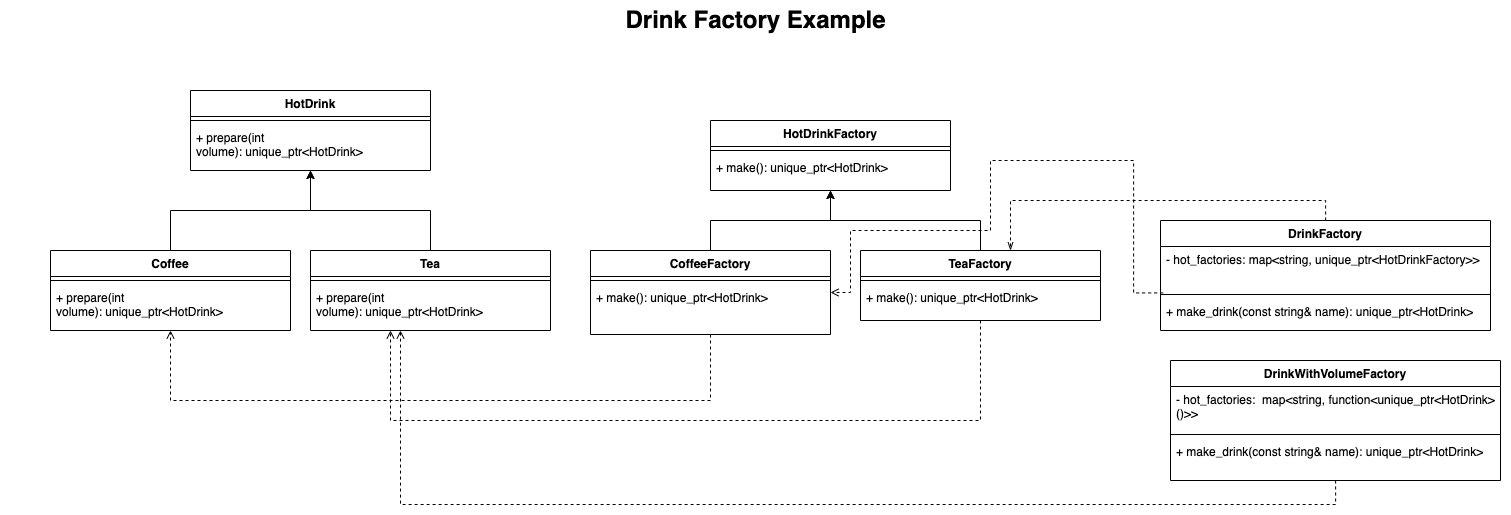
This is docs/images/factory_example.png from kuangyu0801/design-pattern-cpp, a draw.io export, as it was before one commit. Source tidied: cells renumbered, new cells last; positions are measured from the earlier drawing's top-left corner, leaving out a move shared by most shapes.
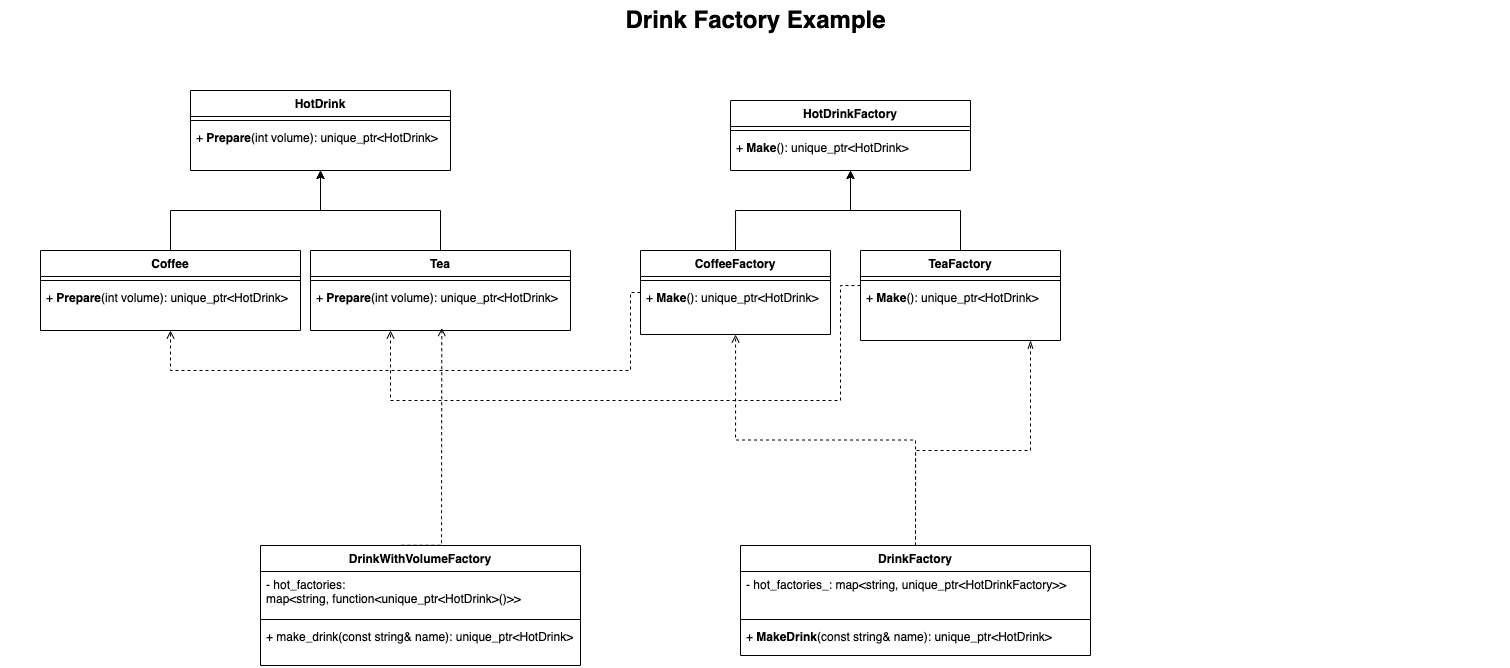
The same diagram one commit later.

The edit, as a diff of the source:
```diff
@@ -3,73 +3,73 @@
     <mxCell id="0" />
     <mxCell id="1" parent="0" />
     <mxCell id="2" value="HotDrinkFactory" style="swimlane;fontStyle=1;align=center;verticalAlign=top;horizontal=1;startSize=26;whiteSpace=wrap;html=1;" parent="1" vertex="1">
-      <mxGeometry x="710" y="120" width="240" height="70" as="geometry" />
+      <mxGeometry x="730" y="100" width="240" height="70" as="geometry" />
     </mxCell>
     <mxCell id="3" style="line;strokeWidth=1;fillColor=none;align=left;verticalAlign=middle;spacingTop=-1;spacingLeft=3;spacingRight=3;labelPosition=right;strokeColor=inherit;" parent="2" vertex="1">
       <mxGeometry y="26" width="240" height="8" as="geometry" />
     </mxCell>
-    <mxCell id="4" value="+ make():&amp;nbsp;unique_ptr&amp;lt;HotDrink&amp;gt;&amp;nbsp;" style="text;strokeColor=none;fillColor=none;align=left;verticalAlign=top;spacingLeft=4;spacingRight=4;overflow=hidden;whiteSpace=wrap;html=1;" parent="2" vertex="1">
+    <mxCell id="4" value="+ &lt;b&gt;Make&lt;/b&gt;():&amp;nbsp;unique_ptr&amp;lt;HotDrink&amp;gt;&amp;nbsp;" style="text;strokeColor=none;fillColor=none;align=left;verticalAlign=top;spacingLeft=4;spacingRight=4;overflow=hidden;whiteSpace=wrap;html=1;" parent="2" vertex="1">
       <mxGeometry y="34" width="240" height="36" as="geometry" />
     </mxCell>
     <mxCell id="5" value="Drink Factory Example" style="text;strokeColor=none;fillColor=none;html=1;fontSize=24;fontStyle=1;verticalAlign=middle;align=center;" parent="1" vertex="1">
       <mxGeometry width="1510" height="40" as="geometry" />
     </mxCell>
     <mxCell id="6" value="DrinkFactory" style="swimlane;fontStyle=1;align=center;verticalAlign=top;horizontal=1;startSize=26;whiteSpace=wrap;html=1;" parent="1" vertex="1">
-      <mxGeometry x="1160" y="220" width="330" height="110" as="geometry" />
+      <mxGeometry x="740" y="545" width="350" height="110" as="geometry" />
     </mxCell>
-    <mxCell id="7" value="- hot_factories: map&amp;lt;string, unique_ptr&amp;lt;HotDrinkFactory&amp;gt;&amp;gt;&amp;nbsp;" style="text;strokeColor=none;fillColor=none;align=left;verticalAlign=top;spacingLeft=4;spacingRight=4;overflow=hidden;points=[[0,0.5],[1,0.5]];portConstraint=eastwest;whiteSpace=wrap;html=1;" parent="6" vertex="1">
-      <mxGeometry y="26" width="330" height="44" as="geometry" />
+    <mxCell id="7" value="- hot_factories_: map&amp;lt;string, unique_ptr&amp;lt;HotDrinkFactory&amp;gt;&amp;gt;&amp;nbsp;" style="text;strokeColor=none;fillColor=none;align=left;verticalAlign=top;spacingLeft=4;spacingRight=4;overflow=hidden;points=[[0,0.5],[1,0.5]];portConstraint=eastwest;whiteSpace=wrap;html=1;" parent="6" vertex="1">
+      <mxGeometry y="26" width="350" height="44" as="geometry" />
     </mxCell>
     <mxCell id="8" style="line;strokeWidth=1;fillColor=none;align=left;verticalAlign=middle;spacingTop=-1;spacingLeft=3;spacingRight=3;labelPosition=right;strokeColor=inherit;" parent="6" vertex="1">
-      <mxGeometry y="70" width="330" height="8" as="geometry" />
+      <mxGeometry y="70" width="350" height="8" as="geometry" />
     </mxCell>
-    <mxCell id="9" value="+ make_drink(const string&amp;amp; name):&amp;nbsp;unique_ptr&amp;lt;HotDrink&amp;gt;" style="text;strokeColor=none;fillColor=none;align=left;verticalAlign=top;spacingLeft=4;spacingRight=4;overflow=hidden;whiteSpace=wrap;html=1;" parent="6" vertex="1">
-      <mxGeometry y="78" width="330" height="32" as="geometry" />
+    <mxCell id="9" value="+ &lt;b&gt;MakeDrink&lt;/b&gt;(const string&amp;amp; name):&amp;nbsp;unique_ptr&amp;lt;HotDrink&amp;gt;" style="text;strokeColor=none;fillColor=none;align=left;verticalAlign=top;spacingLeft=4;spacingRight=4;overflow=hidden;whiteSpace=wrap;html=1;" parent="6" vertex="1">
+      <mxGeometry y="78" width="350" height="32" as="geometry" />
     </mxCell>
     <mxCell id="10" value="DrinkWithVolumeFactory" style="swimlane;fontStyle=1;align=center;verticalAlign=top;horizontal=1;startSize=26;whiteSpace=wrap;html=1;" parent="1" vertex="1">
-      <mxGeometry x="1170" y="360" width="330" height="120" as="geometry" />
+      <mxGeometry x="260" y="545" width="320" height="120" as="geometry" />
     </mxCell>
-    <mxCell id="11" value="- hot_factories: &amp;nbsp;map&amp;lt;string, function&amp;lt;unique_ptr&amp;lt;HotDrink&amp;gt;()&amp;gt;&amp;gt;&amp;nbsp;" style="text;strokeColor=none;fillColor=none;align=left;verticalAlign=top;spacingLeft=4;spacingRight=4;overflow=hidden;whiteSpace=wrap;html=1;" parent="10" vertex="1">
-      <mxGeometry y="26" width="330" height="44" as="geometry" />
+    <mxCell id="11" value="- hot_factories: &amp;nbsp;&lt;br&gt;map&amp;lt;string, function&amp;lt;unique_ptr&amp;lt;HotDrink&amp;gt;()&amp;gt;&amp;gt;&amp;nbsp;" style="text;strokeColor=none;fillColor=none;align=left;verticalAlign=top;spacingLeft=4;spacingRight=4;overflow=hidden;whiteSpace=wrap;html=1;" parent="10" vertex="1">
+      <mxGeometry y="26" width="320" height="44" as="geometry" />
     </mxCell>
     <mxCell id="12" style="line;strokeWidth=1;fillColor=none;align=left;verticalAlign=middle;spacingTop=-1;spacingLeft=3;spacingRight=3;labelPosition=right;strokeColor=inherit;" parent="10" vertex="1">
-      <mxGeometry y="70" width="330" height="8" as="geometry" />
+      <mxGeometry y="70" width="320" height="8" as="geometry" />
     </mxCell>
     <mxCell id="13" value="+ make_drink(const string&amp;amp; name):&amp;nbsp;unique_ptr&amp;lt;HotDrink&amp;gt;" style="text;strokeColor=none;fillColor=none;align=left;verticalAlign=top;spacingLeft=4;spacingRight=4;overflow=hidden;whiteSpace=wrap;html=1;" parent="10" vertex="1">
-      <mxGeometry y="78" width="330" height="42" as="geometry" />
+      <mxGeometry y="78" width="320" height="42" as="geometry" />
     </mxCell>
     <mxCell id="14" value="HotDrink" style="swimlane;fontStyle=1;align=center;verticalAlign=top;horizontal=1;startSize=26;whiteSpace=wrap;html=1;" parent="1" vertex="1">
-      <mxGeometry x="190" y="90" width="240" height="80" as="geometry" />
+      <mxGeometry x="190" y="90" width="260" height="80" as="geometry" />
     </mxCell>
     <mxCell id="15" style="line;strokeWidth=1;fillColor=none;align=left;verticalAlign=middle;spacingTop=-1;spacingLeft=3;spacingRight=3;labelPosition=right;strokeColor=inherit;" parent="14" vertex="1">
-      <mxGeometry y="26" width="240" height="8" as="geometry" />
+      <mxGeometry y="26" width="260" height="8" as="geometry" />
     </mxCell>
-    <mxCell id="16" value="+ prepare(int volume):&amp;nbsp;unique_ptr&amp;lt;HotDrink&amp;gt;&amp;nbsp;" style="text;strokeColor=none;fillColor=none;align=left;verticalAlign=top;spacingLeft=4;spacingRight=4;overflow=hidden;whiteSpace=wrap;html=1;" parent="14" vertex="1">
-      <mxGeometry y="34" width="240" height="46" as="geometry" />
+    <mxCell id="16" value="+ &lt;b&gt;Prepare&lt;/b&gt;(int volume):&amp;nbsp;unique_ptr&amp;lt;HotDrink&amp;gt;&amp;nbsp;" style="text;strokeColor=none;fillColor=none;align=left;verticalAlign=top;spacingLeft=4;spacingRight=4;overflow=hidden;whiteSpace=wrap;html=1;" parent="14" vertex="1">
+      <mxGeometry y="34" width="260" height="46" as="geometry" />
     </mxCell>
     <mxCell id="17" style="edgeStyle=orthogonalEdgeStyle;rounded=0;jettySize=auto;html=1;" parent="1" edge="1" source="18" target="14">
       <mxGeometry relative="1" as="geometry" />
     </mxCell>
     <mxCell id="18" value="Coffee" style="swimlane;fontStyle=1;align=center;verticalAlign=top;horizontal=1;startSize=26;whiteSpace=wrap;html=1;" parent="1" vertex="1">
-      <mxGeometry x="50" y="250" width="240" height="80" as="geometry" />
+      <mxGeometry x="40" y="250" width="260" height="80" as="geometry" />
     </mxCell>
     <mxCell id="19" style="line;strokeWidth=1;fillColor=none;align=left;verticalAlign=middle;spacingTop=-1;spacingLeft=3;spacingRight=3;labelPosition=right;strokeColor=inherit;" parent="18" vertex="1">
-      <mxGeometry y="26" width="240" height="8" as="geometry" />
+      <mxGeometry y="26" width="260" height="8" as="geometry" />
     </mxCell>
-    <mxCell id="20" value="+ prepare(int volume):&amp;nbsp;unique_ptr&amp;lt;HotDrink&amp;gt;&amp;nbsp;" style="text;strokeColor=none;fillColor=none;align=left;verticalAlign=top;spacingLeft=4;spacingRight=4;overflow=hidden;whiteSpace=wrap;html=1;" parent="18" vertex="1">
-      <mxGeometry y="34" width="240" height="46" as="geometry" />
+    <mxCell id="20" value="+ &lt;b&gt;Prepare&lt;/b&gt;(int volume):&amp;nbsp;unique_ptr&amp;lt;HotDrink&amp;gt;&amp;nbsp;" style="text;strokeColor=none;fillColor=none;align=left;verticalAlign=top;spacingLeft=4;spacingRight=4;overflow=hidden;whiteSpace=wrap;html=1;" parent="18" vertex="1">
+      <mxGeometry y="34" width="260" height="46" as="geometry" />
     </mxCell>
     <mxCell id="21" style="edgeStyle=orthogonalEdgeStyle;rounded=0;jettySize=auto;html=1;" parent="1" edge="1" source="22" target="14">
       <mxGeometry relative="1" as="geometry" />
     </mxCell>
     <mxCell id="22" value="Tea" style="swimlane;fontStyle=1;align=center;verticalAlign=top;horizontal=1;startSize=26;whiteSpace=wrap;html=1;" parent="1" vertex="1">
-      <mxGeometry x="310" y="250" width="240" height="80" as="geometry" />
+      <mxGeometry x="310" y="250" width="260" height="80" as="geometry" />
     </mxCell>
     <mxCell id="23" style="line;strokeWidth=1;fillColor=none;align=left;verticalAlign=middle;spacingTop=-1;spacingLeft=3;spacingRight=3;labelPosition=right;strokeColor=inherit;" parent="22" vertex="1">
-      <mxGeometry y="26" width="240" height="8" as="geometry" />
+      <mxGeometry y="26" width="260" height="8" as="geometry" />
     </mxCell>
-    <mxCell id="24" value="+ prepare(int volume):&amp;nbsp;unique_ptr&amp;lt;HotDrink&amp;gt;&amp;nbsp;" style="text;strokeColor=none;fillColor=none;align=left;verticalAlign=top;spacingLeft=4;spacingRight=4;overflow=hidden;points=[[0,0.5],[1,0.5]];portConstraint=eastwest;whiteSpace=wrap;html=1;" parent="22" vertex="1">
-      <mxGeometry y="34" width="240" height="46" as="geometry" />
+    <mxCell id="24" value="+ &lt;b&gt;Prepare&lt;/b&gt;(int volume):&amp;nbsp;unique_ptr&amp;lt;HotDrink&amp;gt;&amp;nbsp;" style="text;strokeColor=none;fillColor=none;align=left;verticalAlign=top;spacingLeft=4;spacingRight=4;overflow=hidden;points=[[0,0.5],[1,0.5]];portConstraint=eastwest;whiteSpace=wrap;html=1;" parent="22" vertex="1">
+      <mxGeometry y="34" width="260" height="46" as="geometry" />
     </mxCell>
     <mxCell id="25" style="edgeStyle=orthogonalEdgeStyle;rounded=0;jettySize=auto;html=1;exitX=0.5;exitY=0;exitDx=0;exitDy=0;" parent="1" edge="1" source="27" target="2">
       <mxGeometry relative="1" as="geometry" />
@@ -77,19 +77,20 @@
     <mxCell id="26" style="edgeStyle=orthogonalEdgeStyle;rounded=0;jettySize=auto;html=1;endArrow=open;endFill=0;dashed=1;" parent="1" edge="1" source="27" target="22">
       <mxGeometry relative="1" as="geometry">
         <Array as="points">
-          <mxPoint x="980" y="420" />
-          <mxPoint x="390" y="420" />
+          <mxPoint x="840" y="285" />
+          <mxPoint x="840" y="400" />
+          <mxPoint x="390" y="400" />
         </Array>
       </mxGeometry>
     </mxCell>
     <mxCell id="27" value="TeaFactory" style="swimlane;fontStyle=1;align=center;verticalAlign=top;horizontal=1;startSize=26;whiteSpace=wrap;html=1;" parent="1" vertex="1">
-      <mxGeometry x="860" y="250" width="240" height="70" as="geometry" />
+      <mxGeometry x="860" y="250" width="200" height="90" as="geometry" />
     </mxCell>
     <mxCell id="28" style="line;strokeWidth=1;fillColor=none;align=left;verticalAlign=middle;spacingTop=-1;spacingLeft=3;spacingRight=3;labelPosition=right;strokeColor=inherit;" parent="27" vertex="1">
-      <mxGeometry y="26" width="240" height="8" as="geometry" />
+      <mxGeometry y="26" width="200" height="8" as="geometry" />
     </mxCell>
-    <mxCell id="29" value="+ make():&amp;nbsp;unique_ptr&amp;lt;HotDrink&amp;gt;&amp;nbsp;" style="text;strokeColor=none;fillColor=none;align=left;verticalAlign=top;spacingLeft=4;spacingRight=4;overflow=hidden;whiteSpace=wrap;html=1;" parent="27" vertex="1">
-      <mxGeometry y="34" width="240" height="36" as="geometry" />
+    <mxCell id="29" value="+ &lt;b&gt;Make&lt;/b&gt;():&amp;nbsp;unique_ptr&amp;lt;HotDrink&amp;gt;&amp;nbsp;" style="text;strokeColor=none;fillColor=none;align=left;verticalAlign=top;spacingLeft=4;spacingRight=4;overflow=hidden;whiteSpace=wrap;html=1;" parent="27" vertex="1">
+      <mxGeometry y="34" width="200" height="56" as="geometry" />
     </mxCell>
     <mxCell id="30" style="edgeStyle=orthogonalEdgeStyle;rounded=0;jettySize=auto;html=1;exitX=0.5;exitY=0;exitDx=0;exitDy=0;" parent="1" edge="1" source="32" target="2">
       <mxGeometry relative="1" as="geometry" />
@@ -97,42 +98,36 @@
     <mxCell id="31" style="edgeStyle=orthogonalEdgeStyle;rounded=0;jettySize=auto;html=1;endArrow=open;endFill=0;dashed=1;" parent="1" edge="1" source="32" target="18">
       <mxGeometry relative="1" as="geometry">
         <Array as="points">
-          <mxPoint x="710" y="400" />
-          <mxPoint x="170" y="400" />
+          <mxPoint x="630" y="370" />
+          <mxPoint x="170" y="370" />
         </Array>
       </mxGeometry>
     </mxCell>
     <mxCell id="32" value="CoffeeFactory" style="swimlane;fontStyle=1;align=center;verticalAlign=top;horizontal=1;startSize=26;whiteSpace=wrap;html=1;" parent="1" vertex="1">
-      <mxGeometry x="590" y="250" width="240" height="84" as="geometry" />
+      <mxGeometry x="640" y="250" width="190" height="84" as="geometry" />
     </mxCell>
     <mxCell id="33" style="line;strokeWidth=1;fillColor=none;align=left;verticalAlign=middle;spacingTop=-1;spacingLeft=3;spacingRight=3;labelPosition=right;strokeColor=inherit;" parent="32" vertex="1">
-      <mxGeometry y="26" width="240" height="8" as="geometry" />
+      <mxGeometry y="26" width="190" height="8" as="geometry" />
     </mxCell>
-    <mxCell id="34" value="+ make():&amp;nbsp;unique_ptr&amp;lt;HotDrink&amp;gt;&amp;nbsp;" style="text;strokeColor=none;fillColor=none;align=left;verticalAlign=top;spacingLeft=4;spacingRight=4;overflow=hidden;whiteSpace=wrap;html=1;" parent="32" vertex="1">
-      <mxGeometry y="34" width="240" height="50" as="geometry" />
+    <mxCell id="34" value="+ &lt;b&gt;Make&lt;/b&gt;():&amp;nbsp;unique_ptr&amp;lt;HotDrink&amp;gt;&amp;nbsp;" style="text;strokeColor=none;fillColor=none;align=left;verticalAlign=top;spacingLeft=4;spacingRight=4;overflow=hidden;whiteSpace=wrap;html=1;" parent="32" vertex="1">
+      <mxGeometry y="34" width="190" height="50" as="geometry" />
     </mxCell>
-    <mxCell id="35" style="edgeStyle=orthogonalEdgeStyle;rounded=0;jettySize=auto;html=1;endArrow=openThin;endFill=0;dashed=1;" parent="1" edge="1" source="6" target="27">
+    <mxCell id="35" style="edgeStyle=orthogonalEdgeStyle;rounded=0;jettySize=auto;html=1;endArrow=openThin;endFill=0;dashed=1;exitX=0.5;exitY=0;exitDx=0;exitDy=0;" parent="1" edge="1" source="6" target="27">
       <mxGeometry relative="1" as="geometry">
         <Array as="points">
-          <mxPoint x="1010" y="200" />
+          <mxPoint x="915" y="450" />
+          <mxPoint x="1030" y="450" />
         </Array>
       </mxGeometry>
     </mxCell>
-    <mxCell id="36" style="edgeStyle=orthogonalEdgeStyle;rounded=0;jettySize=auto;html=1;endArrow=open;endFill=0;dashed=1;exitX=0.008;exitY=1.055;exitDx=0;exitDy=0;exitPerimeter=0;" parent="1" edge="1" source="7" target="32">
-      <mxGeometry relative="1" as="geometry">
-        <Array as="points">
-          <mxPoint x="1133" y="160" />
-          <mxPoint x="990" y="160" />
-          <mxPoint x="990" y="230" />
-          <mxPoint x="850" y="230" />
-          <mxPoint x="850" y="292" />
-        </Array>
-      </mxGeometry>
+    <mxCell id="36" style="edgeStyle=orthogonalEdgeStyle;rounded=0;jettySize=auto;html=1;endArrow=open;endFill=0;dashed=1;exitX=0.5;exitY=0;exitDx=0;exitDy=0;" parent="1" edge="1" source="6" target="32">
+      <mxGeometry relative="1" as="geometry" />
     </mxCell>
-    <mxCell id="37" style="edgeStyle=orthogonalEdgeStyle;rounded=0;jettySize=auto;html=1;endArrow=open;endFill=0;dashed=1;" parent="1" edge="1" source="10" target="22">
+    <mxCell id="37" style="edgeStyle=orthogonalEdgeStyle;rounded=0;jettySize=auto;html=1;endArrow=open;endFill=0;dashed=1;exitX=0.441;exitY=-0.002;exitDx=0;exitDy=0;exitPerimeter=0;entryX=0.505;entryY=0.947;entryDx=0;entryDy=0;entryPerimeter=0;" parent="1" edge="1" source="10" target="24">
       <mxGeometry relative="1" as="geometry">
         <Array as="points">
-          <mxPoint x="400" y="504" />
+          <mxPoint x="441" y="545" />
+          <mxPoint x="441" y="504" />
         </Array>
       </mxGeometry>
     </mxCell>
```
